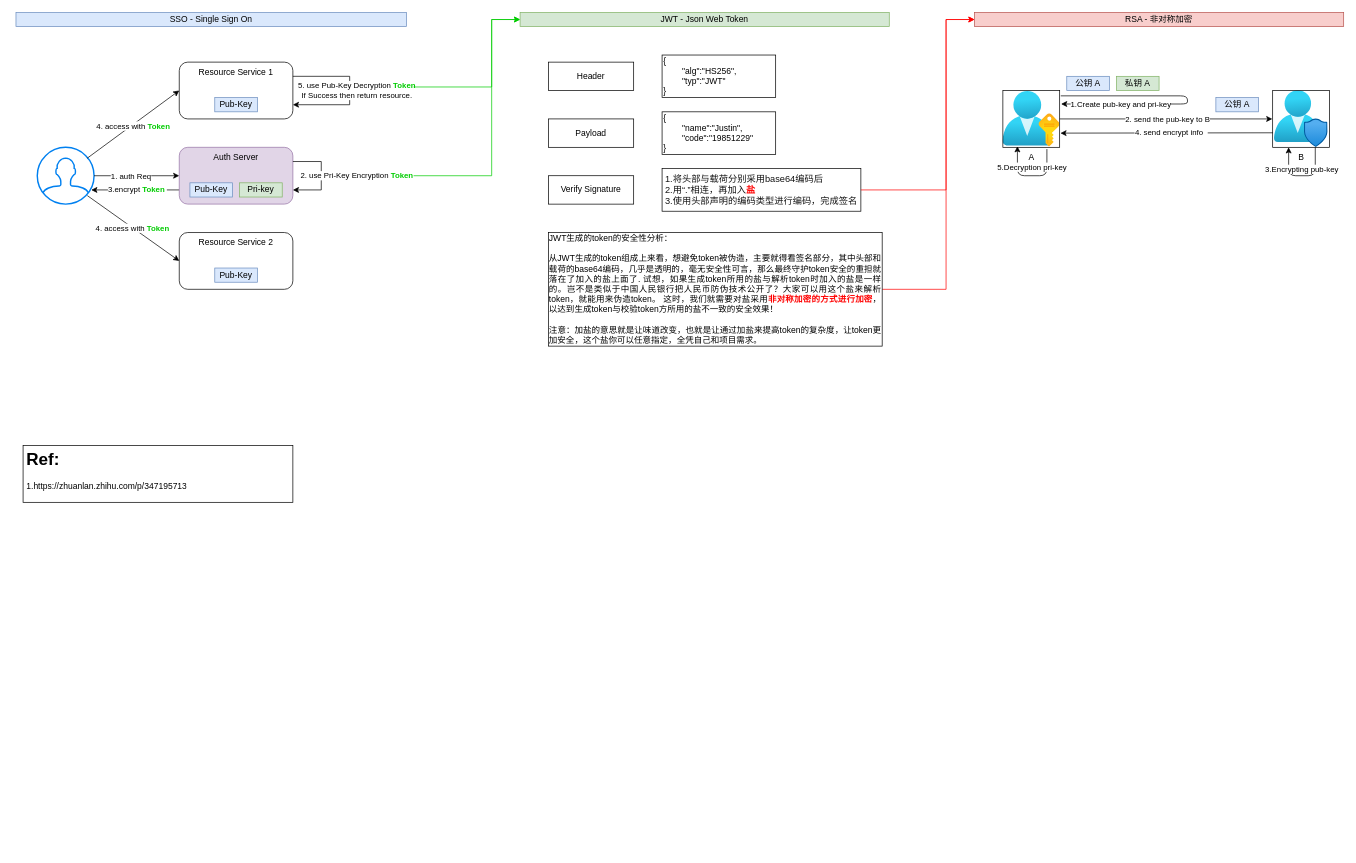
Above: page "SSO-JWT-RSA" (4 of 5) of java/Spring Security.drawio in bayern01kahn/Tech_Diagrams (draw.io), before the change. Source tidied: cells renumbered, new cells numbered last; positions are measured from the earlier drawing's top-left corner, leaving out a move shared by most shapes. Both pictures are drawn from the tidied source at 71%, with x=0, y=0 at pixel (16, 12).
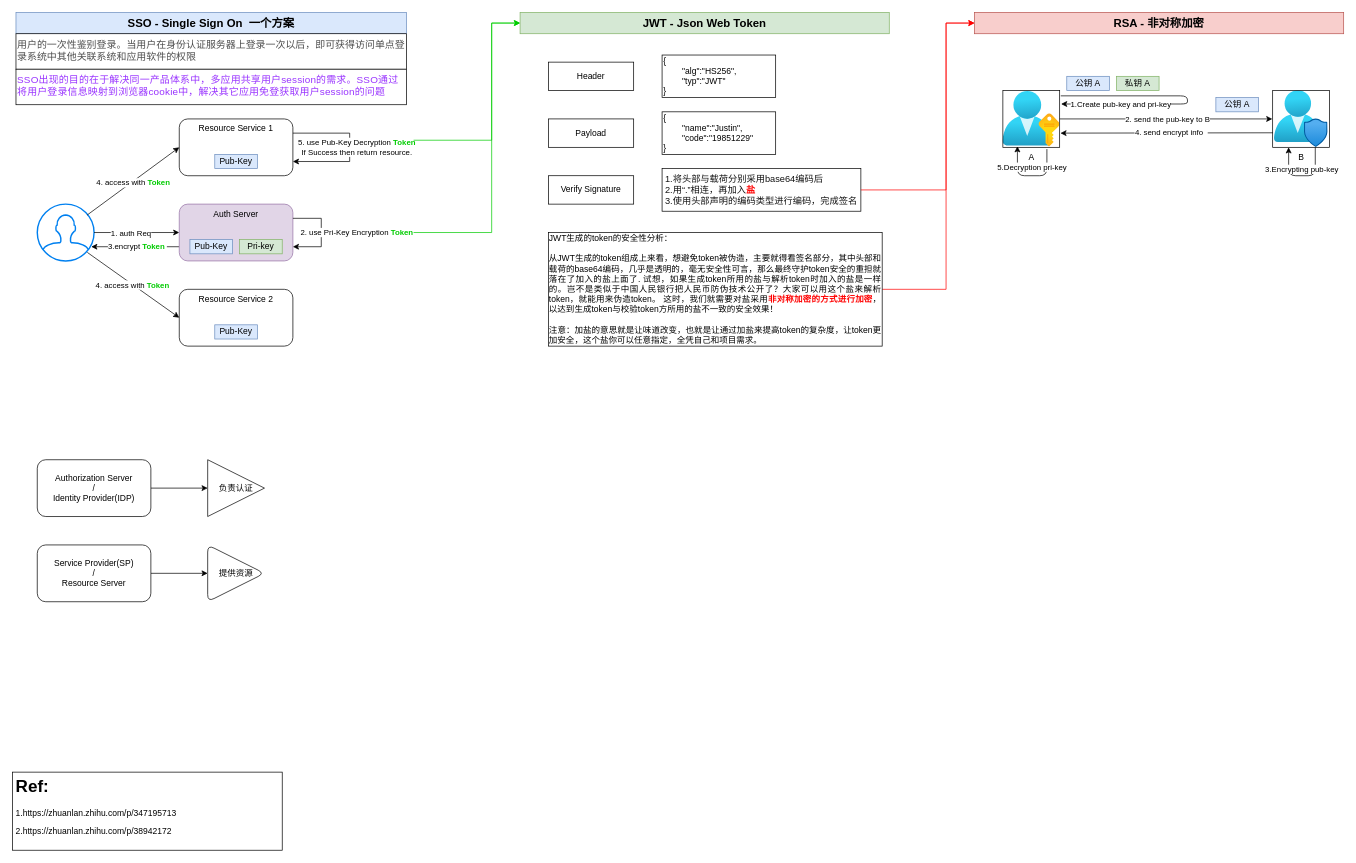
The same diagram, later.

Unchanged cells that the change refers to:
```xml
<mxCell id="46" value="&lt;div style=&quot;text-align: justify&quot;&gt;JWT生成的token的安全性分析：&lt;/div&gt;&lt;div style=&quot;text-align: justify&quot;&gt;&lt;br&gt;&lt;/div&gt;&lt;div style=&quot;text-align: justify&quot;&gt;从JWT生成的token组成上来看，想避免token被伪造，主要就得看签名部分，其中头部和载荷的base64编码，几乎是透明的，毫无安全性可言，那么最终守护token安全的重担就落在了加入的盐上面了. 试想，如果生成token所用的盐与解析token时加入的盐是一样的。岂不是类似于中国人民银行把人民币防伪技术公开了？大家可以用这个盐来解析token，就能用来伪造token。 这时，我们就需要对盐采用&lt;b&gt;&lt;font color=&quot;#ff0000&quot;&gt;非对称加密的方式进行加密&lt;/font&gt;&lt;/b&gt;，以达到生成token与校验token方所用的盐不一致的安全效果！&lt;/div&gt;&lt;div style=&quot;text-align: justify&quot;&gt;&lt;br&gt;&lt;/div&gt;&lt;div style=&quot;text-align: justify&quot;&gt;注意：加盐的意思就是让味道改变，也就是让通过加盐来提高token的复杂度，让token更加安全，这个盐你可以任意指定，全凭自己和项目需求。&lt;/div&gt;" style="rounded=0;whiteSpace=wrap;html=1;strokeColor=#000000;fillColor=#ffffff;" parent="1" vertex="1">
  <mxGeometry x="750" y="310" width="470" height="160" as="geometry" />
</mxCell>
```

The edit, as a diff of the source:
```diff
@@
     <mxCell id="3" style="html=1;verticalLabelPosition=bottom;align=center;labelBackgroundColor=#ffffff;verticalAlign=top;strokeWidth=2;strokeColor=#0080F0;shadow=0;dashed=0;shape=mxgraph.ios7.icons.user;" parent="1" vertex="1">
-      <mxGeometry x="30" y="190" width="80" height="80" as="geometry" />
+      <mxGeometry x="30" y="270" width="80" height="80" as="geometry" />
     </mxCell>
@@
     <mxCell id="8" value="Auth Server" style="rounded=1;whiteSpace=wrap;html=1;fillColor=#e1d5e7;strokeColor=#9673a6;verticalAlign=top;" parent="1" vertex="1">
-      <mxGeometry x="230" y="190" width="160" height="80" as="geometry" />
+      <mxGeometry x="230" y="270" width="160" height="80" as="geometry" />
     </mxCell>
     <mxCell id="9" value="Resource Service 1" style="rounded=1;whiteSpace=wrap;html=1;verticalAlign=top;" parent="1" vertex="1">
-      <mxGeometry x="230" y="70" width="160" height="80" as="geometry" />
+      <mxGeometry x="230" y="150" width="160" height="80" as="geometry" />
     </mxCell>
     <mxCell id="10" value="Resource Service 2" style="rounded=1;whiteSpace=wrap;html=1;verticalAlign=top;" parent="1" vertex="1">
-      <mxGeometry x="230" y="310" width="160" height="80" as="geometry" />
+      <mxGeometry x="230" y="390" width="160" height="80" as="geometry" />
     </mxCell>
@@
-    <mxCell id="13" value="SSO - Single Sign On" style="text;html=1;fillColor=#dae8fc;align=center;verticalAlign=middle;whiteSpace=wrap;rounded=0;strokeColor=#6c8ebf;" parent="1" vertex="1">
-      <mxGeometry width="550" height="20" as="geometry" />
+    <mxCell id="13" value="&lt;font style=&quot;font-size: 16px&quot;&gt;&lt;b&gt;SSO - Single Sign On&amp;nbsp; 一个方案&lt;/b&gt;&lt;/font&gt;" style="text;html=1;fillColor=#dae8fc;align=center;verticalAlign=middle;whiteSpace=wrap;rounded=0;strokeColor=#6c8ebf;" parent="1" vertex="1">
+      <mxGeometry width="550" height="30" as="geometry" />
     </mxCell>
-    <mxCell id="14" value="JWT - Json Web Token" style="text;html=1;fillColor=#d5e8d4;align=center;verticalAlign=middle;whiteSpace=wrap;rounded=0;strokeColor=#82b366;" parent="1" vertex="1">
-      <mxGeometry x="710" width="520" height="20" as="geometry" />
+    <mxCell id="14" value="&lt;font style=&quot;font-size: 16px&quot;&gt;&lt;b&gt;JWT - Json Web Token&lt;/b&gt;&lt;/font&gt;" style="text;html=1;fillColor=#d5e8d4;align=center;verticalAlign=middle;whiteSpace=wrap;rounded=0;strokeColor=#82b366;" parent="1" vertex="1">
+      <mxGeometry x="710" width="520" height="30" as="geometry" />
     </mxCell>
@@
-    <mxCell id="20" value="RSA - 非对称加密" style="text;html=1;fillColor=#f8cecc;align=center;verticalAlign=middle;whiteSpace=wrap;rounded=0;strokeColor=#b85450;" parent="1" vertex="1">
-      <mxGeometry x="1350" width="520" height="20" as="geometry" />
+    <mxCell id="20" value="&lt;font style=&quot;font-size: 16px&quot;&gt;&lt;b&gt;RSA - 非对称加密&lt;/b&gt;&lt;/font&gt;" style="text;html=1;fillColor=#f8cecc;align=center;verticalAlign=middle;whiteSpace=wrap;rounded=0;strokeColor=#b85450;" parent="1" vertex="1">
+      <mxGeometry x="1350" width="520" height="30" as="geometry" />
     </mxCell>
-    <mxCell id="21" value="&lt;h1&gt;Ref:&lt;/h1&gt;&lt;p&gt;1.https://zhuanlan.zhihu.com/p/347195713&lt;/p&gt;" style="text;html=1;spacing=5;spacingTop=-20;whiteSpace=wrap;overflow=hidden;rounded=0;fillColor=#ffffff;strokeColor=#000000;" parent="1" vertex="1">
-      <mxGeometry x="10" y="610" width="380" height="80" as="geometry" />
+    <mxCell id="21" value="&lt;h1&gt;Ref:&lt;/h1&gt;&lt;p&gt;1.https://zhuanlan.zhihu.com/p/347195713&lt;/p&gt;&lt;p&gt;2.https://zhuanlan.zhihu.com/p/38942172&lt;/p&gt;" style="text;html=1;spacing=5;spacingTop=-20;whiteSpace=wrap;overflow=hidden;rounded=0;fillColor=#ffffff;strokeColor=#000000;" parent="1" vertex="1">
+      <mxGeometry x="-5" y="1070" width="380" height="110" as="geometry" />
     </mxCell>
@@
     <mxCell id="37" value="Pub-Key" style="rounded=0;whiteSpace=wrap;html=1;strokeColor=#6c8ebf;fillColor=#dae8fc;" parent="1" vertex="1">
-      <mxGeometry x="245" y="240" width="60" height="20" as="geometry" />
+      <mxGeometry x="245" y="320" width="60" height="20" as="geometry" />
     </mxCell>
     <mxCell id="38" value="Pri-key" style="rounded=0;whiteSpace=wrap;html=1;strokeColor=#82b366;fillColor=#d5e8d4;" parent="1" vertex="1">
-      <mxGeometry x="315" y="240" width="60" height="20" as="geometry" />
+      <mxGeometry x="315" y="320" width="60" height="20" as="geometry" />
     </mxCell>
     <mxCell id="39" value="Pub-Key" style="rounded=0;whiteSpace=wrap;html=1;strokeColor=#6c8ebf;fillColor=#dae8fc;" parent="1" vertex="1">
-      <mxGeometry x="280" y="120" width="60" height="20" as="geometry" />
+      <mxGeometry x="280" y="200" width="60" height="20" as="geometry" />
     </mxCell>
     <mxCell id="40" value="Pub-Key" style="rounded=0;whiteSpace=wrap;html=1;strokeColor=#6c8ebf;fillColor=#dae8fc;" parent="1" vertex="1">
-      <mxGeometry x="280" y="360" width="60" height="20" as="geometry" />
+      <mxGeometry x="280" y="440" width="60" height="20" as="geometry" />
     </mxCell>
     <mxCell id="41" value="2. use Pri-Key Encryption &lt;b&gt;&lt;font color=&quot;#00cc00&quot;&gt;Token&lt;/font&gt;&lt;/b&gt;" style="edgeStyle=orthogonalEdgeStyle;rounded=0;orthogonalLoop=1;jettySize=auto;html=1;exitX=1;exitY=0.25;exitDx=0;exitDy=0;entryX=1;entryY=0.75;entryDx=0;entryDy=0;startArrow=none;startFill=0;endArrow=classic;endFill=1;" parent="1" edge="1" source="8" target="8">
       <mxGeometry y="50" relative="1" as="geometry">
         <Array as="points">
-          <mxPoint x="430" y="210" />
-          <mxPoint x="430" y="250" />
+          <mxPoint x="430" y="290" />
+          <mxPoint x="430" y="330" />
         </Array>
       </mxGeometry>
     </mxCell>
@@
     <mxCell id="44" value="5. use Pub-Key Decryption&amp;nbsp;&lt;b&gt;&lt;font color=&quot;#00cc00&quot;&gt;Token&lt;/font&gt;&lt;/b&gt;&lt;br&gt;If Success then return resource." style="edgeStyle=orthogonalEdgeStyle;rounded=0;orthogonalLoop=1;jettySize=auto;html=1;exitX=1;exitY=0.25;exitDx=0;exitDy=0;entryX=1;entryY=0.75;entryDx=0;entryDy=0;startArrow=none;startFill=0;endArrow=classic;endFill=1;" parent="1" edge="1">
       <mxGeometry y="10" relative="1" as="geometry">
-        <mxPoint x="390" y="90" as="sourcePoint" />
-        <mxPoint x="390" y="130" as="targetPoint" />
+        <mxPoint x="390" y="170" as="sourcePoint" />
+        <mxPoint x="390" y="210" as="targetPoint" />
         <Array as="points">
-          <mxPoint x="470" y="90" />
-          <mxPoint x="470" y="130" />
+          <mxPoint x="470" y="170" />
+          <mxPoint x="470" y="210" />
         </Array>
       </mxGeometry>
     </mxCell>
     <mxCell id="45" style="rounded=0;jettySize=auto;html=1;exitX=1;exitY=0.5;exitDx=0;exitDy=0;startArrow=none;startFill=0;endArrow=classic;endFill=1;edgeStyle=orthogonalEdgeStyle;strokeColor=#FF0000;entryX=0;entryY=0.5;entryDx=0;entryDy=0;" parent="1" edge="1" source="46" target="20">
       <mxGeometry relative="1" as="geometry">
         <Array as="points">
           <mxPoint x="1310" y="390" />
-          <mxPoint x="1310" y="10" />
+          <mxPoint x="1310" y="15" />
         </Array>
       </mxGeometry>
     </mxCell>
@@
     <mxCell id="48" style="endArrow=classic;html=1;entryX=0;entryY=0.5;entryDx=0;entryDy=0;edgeStyle=orthogonalEdgeStyle;rounded=0;fillColor=#008a00;strokeColor=#00CC00;" parent="1" edge="1" target="14">
       <mxGeometry relative="1" as="geometry">
-        <mxPoint x="560" y="105" as="sourcePoint" />
+        <mxPoint x="560" y="180" as="sourcePoint" />
         <Array as="points">
-          <mxPoint x="670" y="105" />
-          <mxPoint x="670" y="10" />
+          <mxPoint x="670" y="180" />
+          <mxPoint x="670" y="15" />
         </Array>
       </mxGeometry>
     </mxCell>
     <mxCell id="49" style="endArrow=classic;html=1;entryX=0;entryY=0.5;entryDx=0;entryDy=0;edgeStyle=orthogonalEdgeStyle;rounded=0;fillColor=#008a00;strokeColor=#00CC00;" parent="1" edge="1" target="14">
       <mxGeometry relative="1" as="geometry">
-        <mxPoint x="560" y="230" as="sourcePoint" />
+        <mxPoint x="560" y="310" as="sourcePoint" />
         <Array as="points">
-          <mxPoint x="670" y="230" />
-          <mxPoint x="670" y="10" />
+          <mxPoint x="670" y="310" />
+          <mxPoint x="670" y="15" />
         </Array>
       </mxGeometry>
     </mxCell>
+    <mxCell id="50" value="&lt;div style=&quot;&quot;&gt;&lt;span style=&quot;font-size: 14px&quot;&gt;&lt;font color=&quot;#4d4d4d&quot;&gt;用户的一次性鉴别登录。当用户在身份认证服务器上登录一次以后，即可获得访问单点登录系统中其他关联系统和应用软件的权限&lt;/font&gt;&lt;/span&gt;&lt;/div&gt;" style="rounded=0;whiteSpace=wrap;html=1;strokeColor=#000000;fillColor=#ffffff;align=left;verticalAlign=top;" parent="1" vertex="1">
+      <mxGeometry y="30" width="550" height="50" as="geometry" />
+    </mxCell>
+    <mxCell id="51" value="&lt;span style=&quot;letter-spacing: 0.24px ; background-color: rgba(255 , 255 , 255 , 0.9)&quot;&gt;&lt;font style=&quot;font-size: 14px&quot; color=&quot;#9933ff&quot;&gt;SSO出现的目的在于解决同一产品体系中，多应用共享用户session的需求。SSO通过将用户登录信息映射到浏览器cookie中，解决其它应用免登获取用户session的问题&lt;/font&gt;&lt;/span&gt;" style="rounded=0;whiteSpace=wrap;html=1;strokeColor=#000000;fillColor=#ffffff;align=left;verticalAlign=top;" parent="1" vertex="1">
+      <mxGeometry y="80" width="550" height="50" as="geometry" />
+    </mxCell>
+    <mxCell id="52" style="rounded=0;jettySize=auto;html=1;exitX=1;exitY=0.5;exitDx=0;exitDy=0;entryX=0;entryY=0.5;entryDx=0;entryDy=0;startArrow=none;startFill=0;endArrow=classic;endFill=1;" parent="1" edge="1" source="53" target="54">
+      <mxGeometry relative="1" as="geometry" />
+    </mxCell>
+    <mxCell id="53" value="Authorization Server&lt;br&gt;/&lt;br&gt;Identity Provider(IDP)" style="rounded=1;whiteSpace=wrap;html=1;strokeColor=#000000;fillColor=#ffffff;align=center;verticalAlign=middle;" parent="1" vertex="1">
+      <mxGeometry x="30" y="630" width="160" height="80" as="geometry" />
+    </mxCell>
+    <mxCell id="54" value="负责认证" style="triangle;whiteSpace=wrap;html=1;rounded=0;strokeColor=#000000;fillColor=#ffffff;align=center;verticalAlign=middle;" parent="1" vertex="1">
+      <mxGeometry x="270" y="630" width="80" height="80" as="geometry" />
+    </mxCell>
+    <mxCell id="55" style="edgeStyle=none;rounded=0;jettySize=auto;html=1;startArrow=none;startFill=0;endArrow=classic;endFill=1;strokeColor=#000000;" parent="1" edge="1" source="56" target="57">
+      <mxGeometry relative="1" as="geometry" />
+    </mxCell>
+    <mxCell id="56" value="Service Provider(SP)&lt;br&gt;/&lt;br&gt;Resource Server" style="rounded=1;whiteSpace=wrap;html=1;strokeColor=#000000;fillColor=#ffffff;align=center;verticalAlign=middle;" parent="1" vertex="1">
+      <mxGeometry x="30" y="750" width="160" height="80" as="geometry" />
+    </mxCell>
+    <mxCell id="57" value="提供资源" style="triangle;whiteSpace=wrap;html=1;rounded=1;" parent="1" vertex="1">
+      <mxGeometry x="270" y="750" width="80" height="80" as="geometry" />
+    </mxCell>
```
